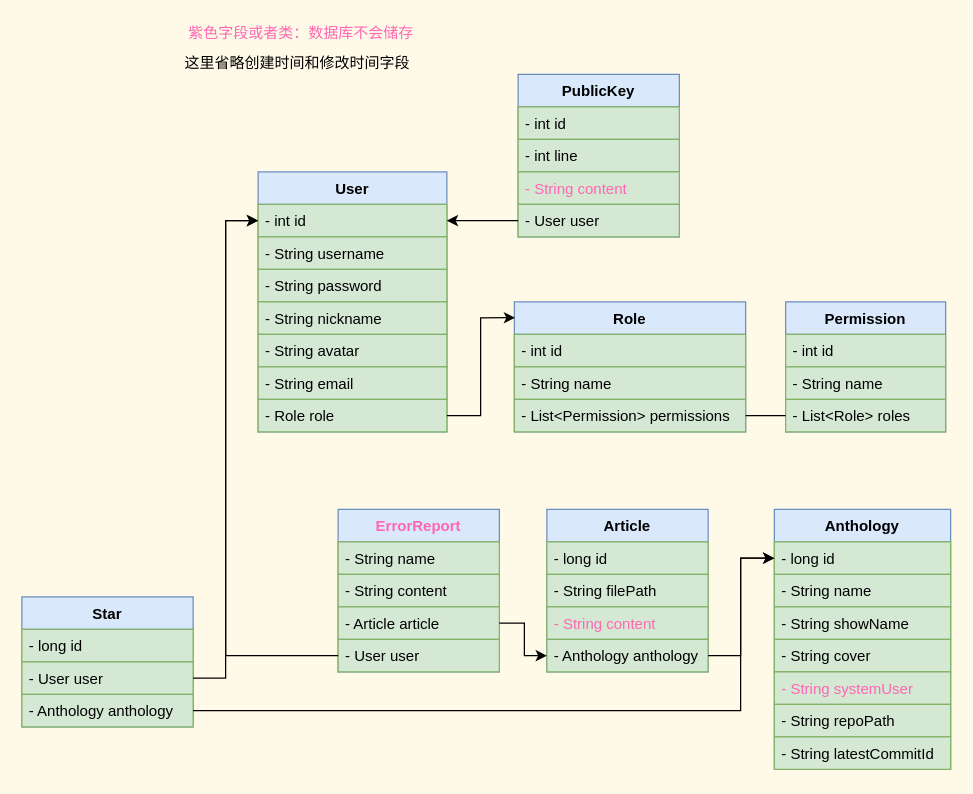
Earlier version of the draw.io diagram page "类图" (1 of 2) of server-springboot/后端类图.dio (swsk33/git-document). Source tidied: cells renumbered, new cells numbered last; positions are measured from the earlier drawing's top-left corner, leaving out a move shared by most shapes. Both pictures are drawn from the tidied source at 125%, with x=0, y=0 at pixel (21, 21).
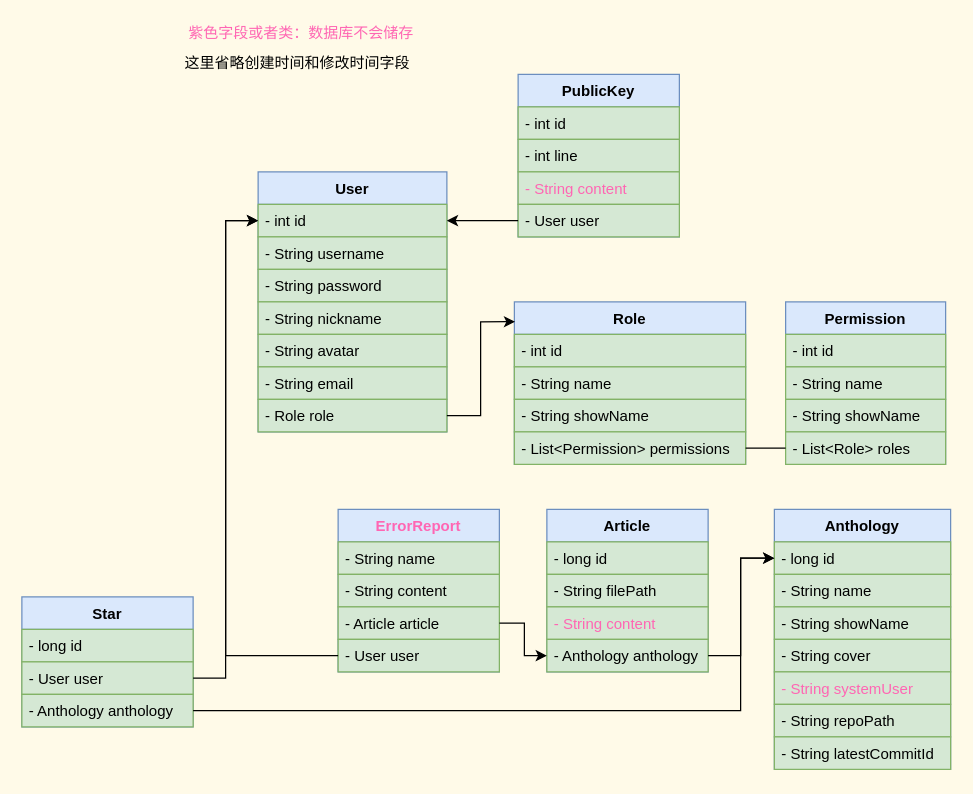
The same diagram, later.

What changed in the source:
```diff
@@
     <mxCell id="10" value="Role" style="swimlane;fontStyle=1;align=center;verticalAlign=top;horizontal=1;startSize=26;fillColor=#dae8fc;strokeColor=#6c8ebf;" parent="1" vertex="1">
-      <mxGeometry x="394" y="224" width="185" height="104" as="geometry" />
+      <mxGeometry x="394" y="224" width="185" height="130" as="geometry" />
     </mxCell>
@@
+    <mxCell id="55" value="- String showName" style="text;strokeColor=#82b366;fillColor=#d5e8d4;align=left;verticalAlign=top;spacingLeft=4;spacingRight=4;overflow=hidden;" parent="10" vertex="1">
+      <mxGeometry y="78" width="185" height="26" as="geometry" />
+    </mxCell>
     <mxCell id="13" value="- List&lt;Permission&gt; permissions" style="text;strokeColor=#82b366;fillColor=#d5e8d4;align=left;verticalAlign=top;spacingLeft=4;spacingRight=4;overflow=hidden;points=[[0,0.5],[1,0.5]];portConstraint=eastwest;" parent="10" vertex="1">
-      <mxGeometry y="78" width="185" height="26" as="geometry" />
+      <mxGeometry y="104" width="185" height="26" as="geometry" />
     </mxCell>
     <mxCell id="14" value="Permission" style="swimlane;fontStyle=1;align=center;verticalAlign=top;horizontal=1;startSize=26;fillColor=#dae8fc;strokeColor=#6c8ebf;" parent="1" vertex="1">
-      <mxGeometry x="611" y="224" width="128" height="104" as="geometry" />
+      <mxGeometry x="611" y="224" width="128" height="130" as="geometry" />
     </mxCell>
@@
+    <mxCell id="56" value="- String showName" style="text;strokeColor=#82b366;fillColor=#d5e8d4;align=left;verticalAlign=top;spacingLeft=4;spacingRight=4;overflow=hidden;" parent="14" vertex="1">
+      <mxGeometry y="78" width="128" height="26" as="geometry" />
+    </mxCell>
     <mxCell id="17" value="- List&lt;Role&gt; roles" style="text;strokeColor=#82b366;fillColor=#d5e8d4;align=left;verticalAlign=top;spacingLeft=4;spacingRight=4;overflow=hidden;points=[[0,0.5],[1,0.5]];portConstraint=eastwest;" parent="14" vertex="1">
-      <mxGeometry y="78" width="128" height="26" as="geometry" />
+      <mxGeometry y="104" width="128" height="26" as="geometry" />
     </mxCell>
```
